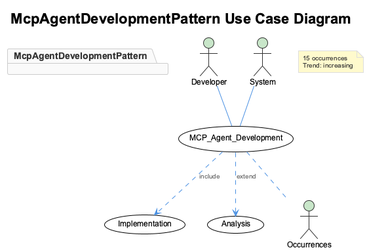
This is knowledge-management/insights/images/mcp-agent-development-pattern-use-cases.png from fwornle/coding, a PlantUML export, as it was before one commit.
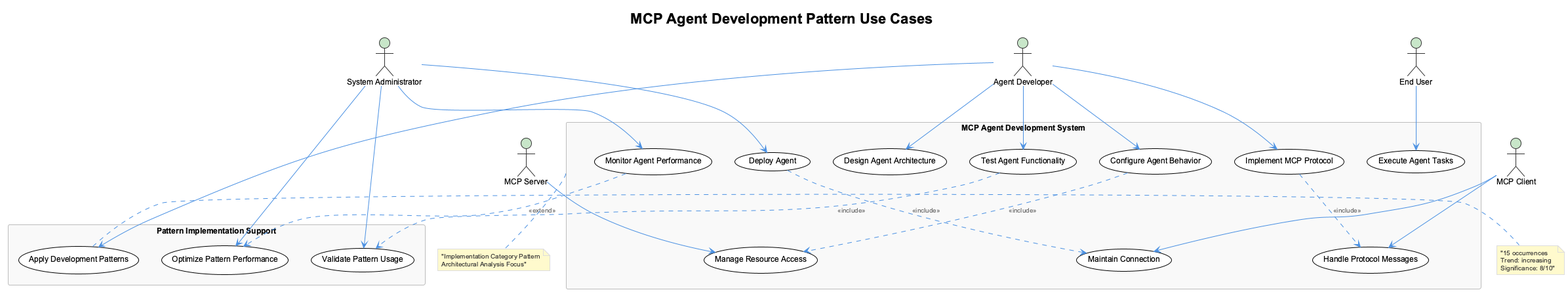
Later version of the same file.

Change to the diagram source:
```diff
@@ -1,31 +1,57 @@
 @startuml
 !include /Users/q284340/Agentic/coding/docs/puml/_standard-style.puml
 
-title McpAgentDevelopmentPattern Use Case Diagram
+title MCP Agent Development Pattern Use Cases
 
-actor Developer as "Developer"
-actor System as "System"
+actor "Agent Developer" as dev
+actor "System Administrator" as admin
+actor "End User" as user
+actor "MCP Client" as client
+actor "MCP Server" as server
 
-usecase "MCP Agent Development" as (MCP_Agent_Development)
-usecase "Implementation" as (Implementation)
-usecase "Analysis" as (Analysis)
-
-Developer -- (MCP_Agent_Development)
-System -- (MCP_Agent_Development)
-
-(MCP_Agent_Development) ..> (Implementation) : include
-(MCP_Agent_Development) ..> (Analysis) : extend
-
-package "McpAgentDevelopmentPattern" {
-  (MCP_Agent_Development)
-  (Implementation)
-  (Analysis)
+rectangle "MCP Agent Development System" {
+  usecase "Design Agent Architecture" as UC1
+  usecase "Implement MCP Protocol" as UC2
+  usecase "Configure Agent Behavior" as UC3
+  usecase "Test Agent Functionality" as UC4
+  usecase "Deploy Agent" as UC5
+  usecase "Monitor Agent Performance" as UC6
+  usecase "Handle Protocol Messages" as UC7
+  usecase "Manage Resource Access" as UC8
+  usecase "Execute Agent Tasks" as UC9
+  usecase "Maintain Connection" as UC10
 }
 
-note as AutoNote1
-  15 occurrences
-  Trend: increasing
-end note
-(MCP_Agent_Development) .. Occurrences
+rectangle "Pattern Implementation Support" {
+  usecase "Apply Development Patterns" as UC11
+  usecase "Validate Pattern Usage" as UC12
+  usecase "Optimize Pattern Performance" as UC13
+}
+
+dev --> UC1
+dev --> UC2
+dev --> UC3
+dev --> UC4
+dev --> UC11
+
+admin --> UC5
+admin --> UC6
+admin --> UC12
+admin --> UC13
+
+user --> UC9
+client --> UC7
+client --> UC10
+server --> UC8
+
+UC2 ..> UC7 : <<include>>
+UC3 ..> UC8 : <<include>>
+UC5 ..> UC10 : <<include>>
+UC6 ..> UC13 : <<extend>>
+UC4 ..> UC12 : <<include>>
+
+note right of UC11 : "15 occurrences\nTrend: increasing\nSignificance: 8/10"
+
+note bottom of "MCP Agent Development System" : "Implementation Category Pattern\nArchitectural Analysis Focus"
 
 @enduml
```
